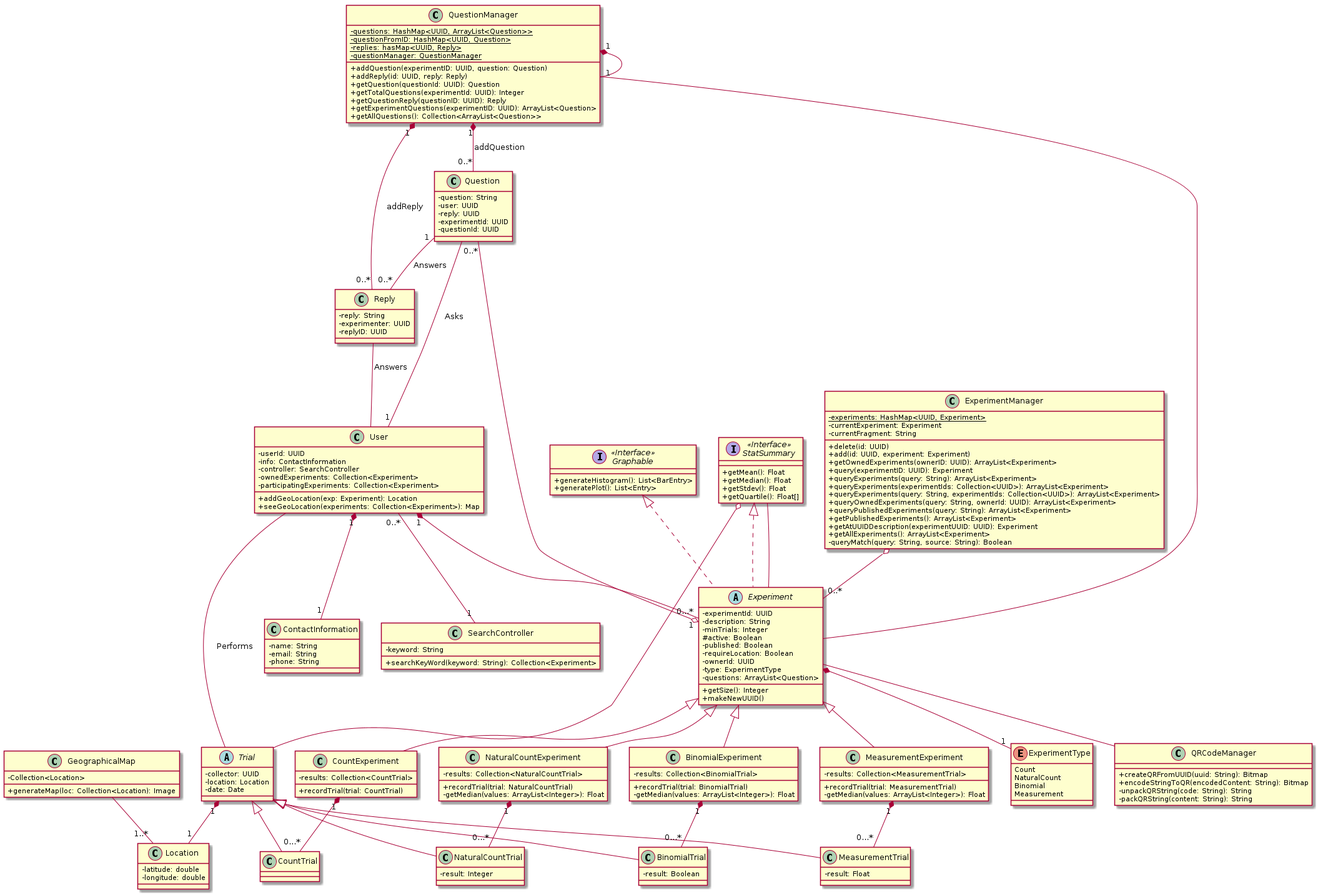
Earlier version of the PlantUML export doc/uml/UML.png (CMPUT301W21T03/Experiment-Automata).
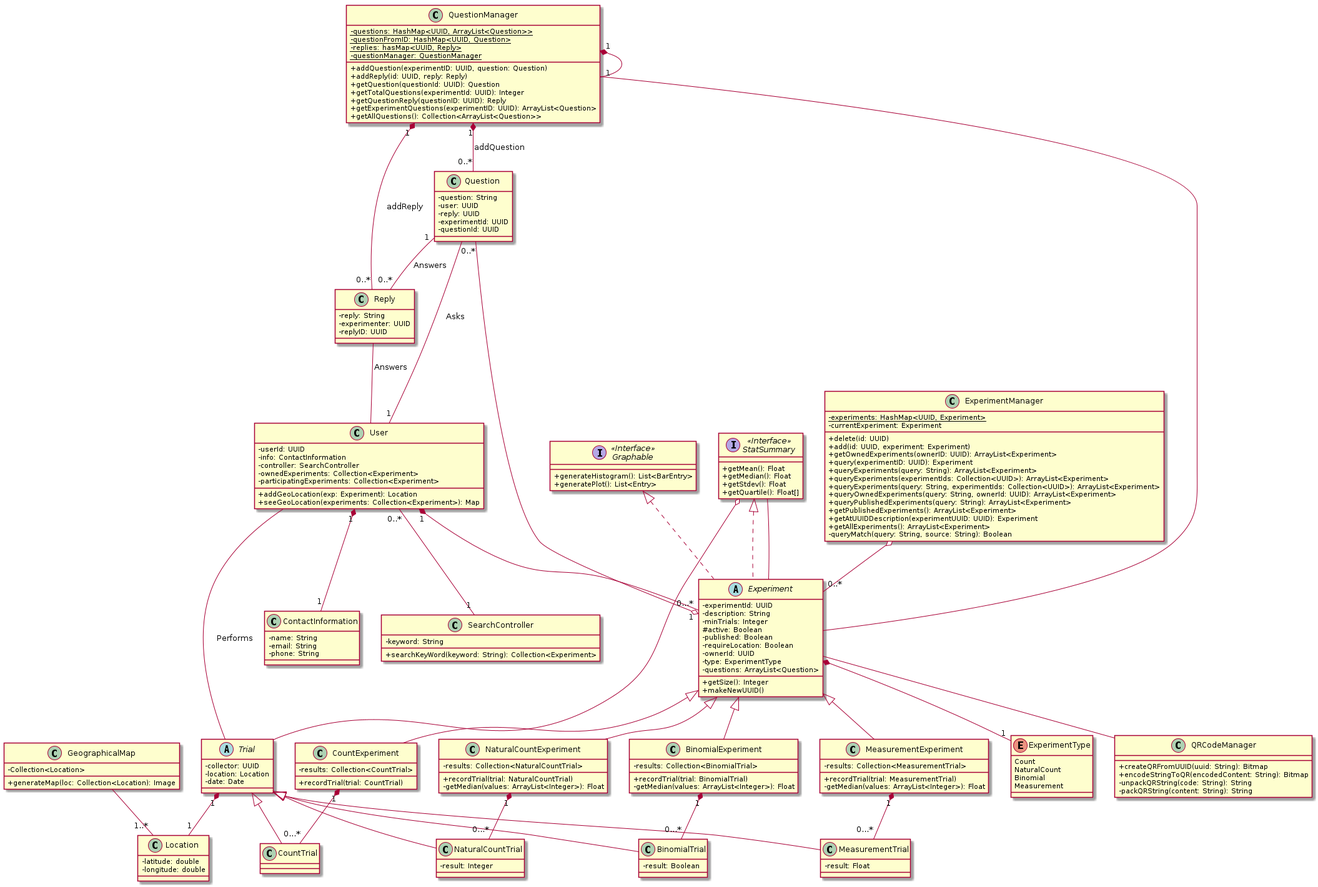
After the change.

Change to the diagram source:
```diff
@@ -15,7 +15,6 @@
 class ExperimentManager{
    - {static} experiments: HashMap<UUID, Experiment>
    - currentExperiment: Experiment
-   - currentFragment: String
 
    + delete(id: UUID)
    + add(id: UUID, experiment: Experiment)
```
